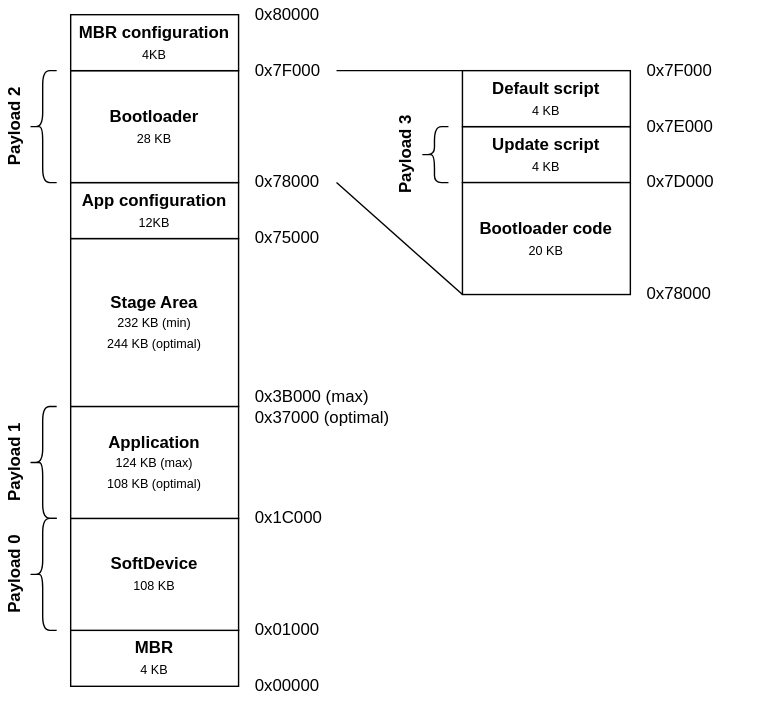
Earlier version of the draw.io export nolobolo_s113_map.svg (doki-nordic/draw.io). Source tidied: cells renumbered, new cells last; positions are measured from the earlier drawing's top-left corner, leaving out a move shared by most shapes.
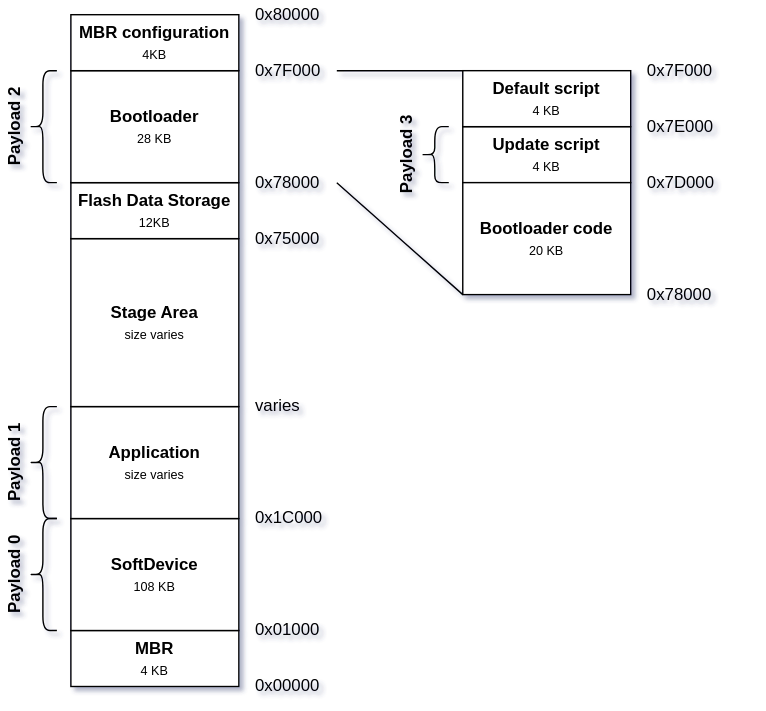
After the commit.

Change to the diagram source:
```diff
@@ -1,4 +1,4 @@
-<mxGraphModel>
+<mxGraphModel shadow="1">
   <root>
     <mxCell id="0" />
     <mxCell id="1" parent="0" />
@@ -8,13 +8,13 @@
     <mxCell id="3" value="&lt;b&gt;SoftDevice&lt;/b&gt;&lt;br&gt;&lt;font style=&quot;font-size: 9px&quot;&gt;108 KB&lt;/font&gt;" style="rounded=0;whiteSpace=wrap;html=1;strokeWidth=1;perimeterSpacing=0;" parent="1" vertex="1">
       <mxGeometry x="50" y="370" width="120" height="80" as="geometry" />
     </mxCell>
-    <mxCell id="4" value="&lt;b&gt;Application&lt;/b&gt;&lt;br&gt;&lt;font style=&quot;font-size: 9px&quot;&gt;124 KB (max)&lt;br&gt;108 KB (optimal)&lt;br&gt;&lt;/font&gt;" style="rounded=0;whiteSpace=wrap;html=1;strokeWidth=1;perimeterSpacing=0;" parent="1" vertex="1">
+    <mxCell id="4" value="&lt;b&gt;Application&lt;/b&gt;&lt;br&gt;&lt;font style=&quot;font-size: 9px&quot;&gt;size varies&lt;br&gt;&lt;/font&gt;" style="rounded=0;whiteSpace=wrap;html=1;strokeWidth=1;perimeterSpacing=0;" parent="1" vertex="1">
       <mxGeometry x="50" y="290" width="120" height="80" as="geometry" />
     </mxCell>
-    <mxCell id="5" value="&lt;b&gt;Stage Area&lt;br&gt;&lt;/b&gt;&lt;span style=&quot;font-size: 9px&quot;&gt;232&lt;/span&gt;&lt;span style=&quot;font-size: 9px&quot;&gt;&amp;nbsp;KB (min)&lt;/span&gt;&lt;span style=&quot;font-size: 9px&quot;&gt;&lt;br&gt;&lt;/span&gt;&lt;span style=&quot;font-size: 9px&quot;&gt;244&lt;/span&gt;&lt;span style=&quot;font-size: 9px&quot;&gt;&amp;nbsp;KB (optimal)&lt;/span&gt;&lt;span style=&quot;font-size: 9px&quot;&gt;&lt;br&gt;&lt;/span&gt;" style="rounded=0;whiteSpace=wrap;html=1;strokeWidth=1;perimeterSpacing=0;" parent="1" vertex="1">
+    <mxCell id="5" value="&lt;b&gt;Stage Area&lt;br&gt;&lt;/b&gt;&lt;span style=&quot;font-size: 9px&quot;&gt;size varies&lt;/span&gt;&lt;span style=&quot;font-size: 9px&quot;&gt;&lt;br&gt;&lt;/span&gt;" style="rounded=0;whiteSpace=wrap;html=1;strokeWidth=1;perimeterSpacing=0;" parent="1" vertex="1">
       <mxGeometry x="50" y="170" width="120" height="120" as="geometry" />
     </mxCell>
-    <mxCell id="6" value="&lt;b&gt;App configuration&lt;br&gt;&lt;/b&gt;&lt;font style=&quot;font-size: 9px&quot;&gt;12KB&lt;/font&gt;" style="rounded=0;whiteSpace=wrap;html=1;strokeWidth=1;perimeterSpacing=0;" parent="1" vertex="1">
+    <mxCell id="6" value="&lt;b&gt;Flash Data Storage&lt;/b&gt;&lt;br&gt;&lt;font style=&quot;font-size: 9px&quot;&gt;12KB&lt;/font&gt;" style="rounded=0;whiteSpace=wrap;html=1;strokeWidth=1;perimeterSpacing=0;" parent="1" vertex="1">
       <mxGeometry x="50" y="130" width="120" height="40" as="geometry" />
     </mxCell>
     <mxCell id="7" value="&lt;b&gt;Bootloader&lt;br&gt;&lt;/b&gt;&lt;font style=&quot;font-size: 9px&quot;&gt;28 KB&lt;/font&gt;" style="rounded=0;whiteSpace=wrap;html=1;strokeWidth=1;perimeterSpacing=0;" parent="1" vertex="1">
@@ -53,7 +53,7 @@
     <mxCell id="18" value="0x1C000" style="text;html=1;strokeColor=none;fillColor=none;align=left;verticalAlign=middle;whiteSpace=wrap;rounded=0;rotation=0;" parent="1" vertex="1">
       <mxGeometry x="180" y="360" width="60" height="20" as="geometry" />
     </mxCell>
-    <mxCell id="19" value="0x3B000 (max)&lt;br&gt;0x37000 (optimal)" style="text;html=1;strokeColor=none;fillColor=none;align=left;verticalAlign=middle;whiteSpace=wrap;rounded=0;rotation=0;" parent="1" vertex="1">
+    <mxCell id="19" value="varies" style="text;html=1;strokeColor=none;fillColor=none;align=left;verticalAlign=middle;whiteSpace=wrap;rounded=0;rotation=0;" parent="1" vertex="1">
       <mxGeometry x="180" y="280" width="120" height="20" as="geometry" />
     </mxCell>
     <mxCell id="20" value="0x75000" style="text;html=1;strokeColor=none;fillColor=none;align=left;verticalAlign=middle;whiteSpace=wrap;rounded=0;rotation=0;" parent="1" vertex="1">
```
